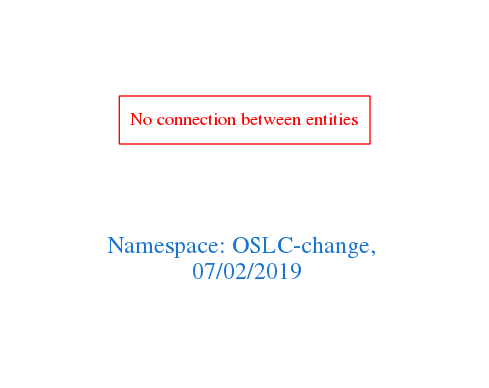
Above: downloads/OSLC-change.png in arago/OGIT (Graphviz), before the change. Its source is kept beside it as downloads/OSLC-change.dot.
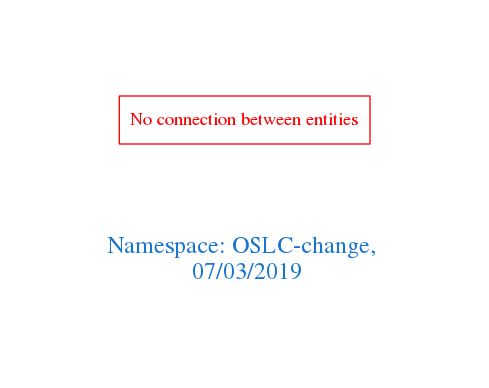
Above is the later version.

What changed in the source:
```diff
@@ -1,7 +1,7 @@
 digraph OGIT_ontology {
  graph [ rankdir= LR,pad=1
 fontsize = 18,
-fontcolor= dodgerblue3,label = "\n\n\nNamespace: OSLC-change, \n 07/02/2019"];
+fontcolor= dodgerblue3,label = "\n\n\nNamespace: OSLC-change, \n 07/03/2019"];
 node[shape=polygon];
 edge [  color="gray81"];
 
```
